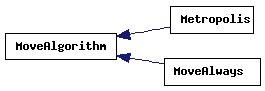
Before: inherit_graph_10.png, a diagram exported from Graphviz (acgetchell/CDT-plusplus). Its source is kept beside it as inherit_graph_10.dot. Its diagram source:
```dot
digraph "Graphical Class Hierarchy"
{
  edge [fontname="Helvetica",fontsize="10",labelfontname="Helvetica",labelfontsize="10"];
  node [fontname="Helvetica",fontsize="10",shape=record];
  rankdir="LR";
  Node0 [label="MoveAlgorithm",height=0.2,width=0.4,color="black", fillcolor="white", style="filled",URL="$class_move_algorithm.html",tooltip="Base class for move algorithms."];
  Node0 -> Node1 [dir="back",color="midnightblue",fontsize="10",style="solid",fontname="Helvetica"];
  Node1 [label="Metropolis",height=0.2,width=0.4,color="black", fillcolor="white", style="filled",URL="$class_metropolis.html",tooltip="Metropolis-Hastings algorithm function object."];
  Node0 -> Node2 [dir="back",color="midnightblue",fontsize="10",style="solid",fontname="Helvetica"];
  Node2 [label="MoveAlways",height=0.2,width=0.4,color="black", fillcolor="white", style="filled",URL="$class_move_always.html",tooltip=" "];
}
```
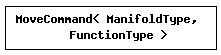
After the commit.

The edit, as a diff of the source:
```diff
@@ -3,9 +3,5 @@
   edge [fontname="Helvetica",fontsize="10",labelfontname="Helvetica",labelfontsize="10"];
   node [fontname="Helvetica",fontsize="10",shape=record];
   rankdir="LR";
-  Node0 [label="MoveAlgorithm",height=0.2,width=0.4,color="black", fillcolor="white", style="filled",URL="$class_move_algorithm.html",tooltip="Base class for move algorithms."];
-  Node0 -> Node1 [dir="back",color="midnightblue",fontsize="10",style="solid",fontname="Helvetica"];
-  Node1 [label="Metropolis",height=0.2,width=0.4,color="black", fillcolor="white", style="filled",URL="$class_metropolis.html",tooltip="Metropolis-Hastings algorithm function object."];
-  Node0 -> Node2 [dir="back",color="midnightblue",fontsize="10",style="solid",fontname="Helvetica"];
-  Node2 [label="MoveAlways",height=0.2,width=0.4,color="black", fillcolor="white", style="filled",URL="$class_move_always.html",tooltip=" "];
+  Node0 [label="MoveCommand\< ManifoldType,\l FunctionType \>",height=0.2,width=0.4,color="black", fillcolor="white", style="filled",URL="$class_move_command.html",tooltip=" "];
 }
```
